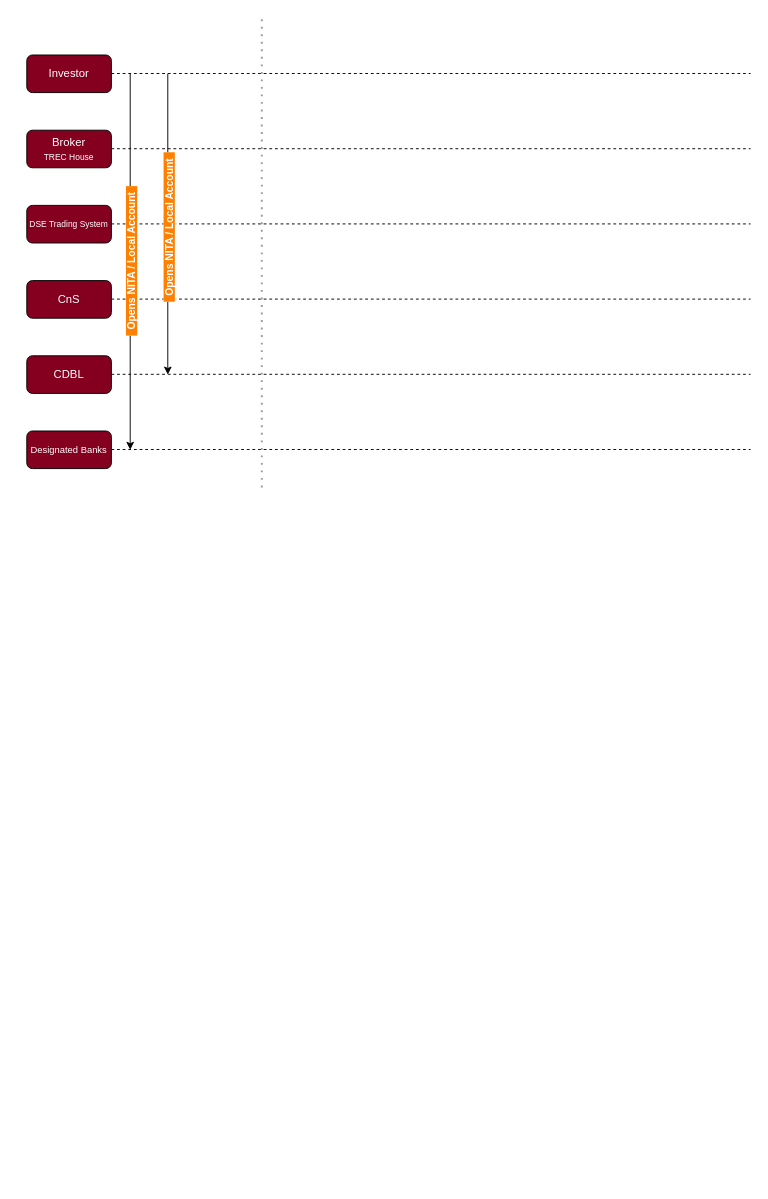
Above: Untitled Diagram.drawio in Skippersquareroot100/Audacity (draw.io), before the change. Source tidied: cells renumbered, new cells numbered last; positions are measured from the earlier drawing's top-left corner, leaving out a move shared by most shapes. Both pictures are drawn from the tidied source at 94%, with x=0, y=0 at pixel (26, 17).
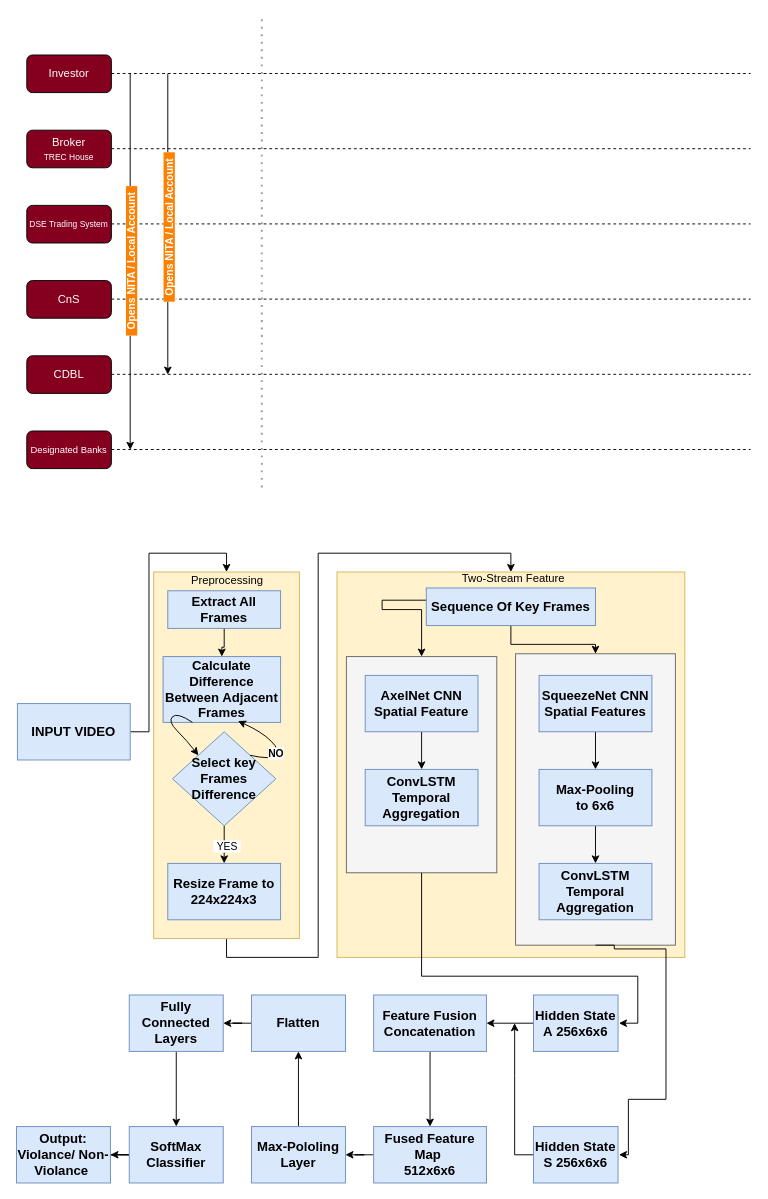
The same page after the edit.

The edit, as a diff of the source:
```diff
@@
+    <mxCell id="25" style="edgeStyle=orthogonalEdgeStyle;rounded=0;jettySize=auto;html=1;entryX=0.5;entryY=0;entryDx=0;entryDy=0;" parent="1" edge="1" source="26" target="28">
+      <mxGeometry relative="1" as="geometry" />
+    </mxCell>
+    <mxCell id="26" value="&lt;b&gt;&lt;font style=&quot;font-size: 14px;&quot;&gt;INPUT VIDEO&lt;/font&gt;&lt;/b&gt;" style="rounded=0;whiteSpace=wrap;html=1;fillColor=#dae8fc;strokeColor=#6c8ebf;" parent="1" vertex="1">
+      <mxGeometry x="-10" y="730" width="120" height="60" as="geometry" />
+    </mxCell>
+    <mxCell id="27" style="edgeStyle=orthogonalEdgeStyle;rounded=0;jettySize=auto;html=1;entryX=0.5;entryY=0;entryDx=0;entryDy=0;exitX=0.5;exitY=1;exitDx=0;exitDy=0;" parent="1" edge="1" source="28" target="39">
+      <mxGeometry relative="1" as="geometry" />
+    </mxCell>
+    <mxCell id="28" style="rounded=0;whiteSpace=wrap;html=1;fillColor=#fff2cc;strokeColor=#d6b656;" parent="1" vertex="1">
+      <mxGeometry x="135" y="590" width="155" height="390" as="geometry" />
+    </mxCell>
+    <mxCell id="29" style="edgeStyle=orthogonalEdgeStyle;rounded=0;jettySize=auto;html=1;entryX=0.5;entryY=0;entryDx=0;entryDy=0;" parent="1" edge="1" source="30" target="31">
+      <mxGeometry relative="1" as="geometry">
+        <Array as="points">
+          <mxPoint x="210" y="670" />
+          <mxPoint x="208" y="670" />
+        </Array>
+      </mxGeometry>
+    </mxCell>
+    <mxCell id="30" value="&lt;b&gt;&lt;font style=&quot;font-size: 14px;&quot;&gt;Extract All Frames&lt;/font&gt;&lt;/b&gt;" style="rounded=0;whiteSpace=wrap;html=1;fillColor=#dae8fc;strokeColor=#6c8ebf;" parent="1" vertex="1">
+      <mxGeometry x="150" y="610" width="120" height="40" as="geometry" />
+    </mxCell>
+    <mxCell id="31" value="&lt;b&gt;&lt;font style=&quot;font-size: 14px;&quot;&gt;Calculate Difference Between Adjacent Frames&lt;/font&gt;&lt;/b&gt;" style="rounded=0;whiteSpace=wrap;html=1;fillColor=#dae8fc;strokeColor=#6c8ebf;" parent="1" vertex="1">
+      <mxGeometry x="145" y="680" width="125" height="70" as="geometry" />
+    </mxCell>
+    <mxCell id="32" style="edgeStyle=orthogonalEdgeStyle;rounded=0;jettySize=auto;html=1;" parent="1" edge="1" source="34" target="35">
+      <mxGeometry relative="1" as="geometry" />
+    </mxCell>
+    <mxCell id="33" value="&amp;nbsp;YES&amp;nbsp;" style="edgeLabel;html=1;align=center;verticalAlign=middle;" parent="32" vertex="1">
+      <mxGeometry x="0.05" y="2" relative="1" as="geometry" />
+    </mxCell>
+    <mxCell id="34" value="&lt;font style=&quot;font-size: 14px;&quot;&gt;&lt;b&gt;Select key Frames Difference&lt;/b&gt;&lt;/font&gt;" style="rhombus;whiteSpace=wrap;html=1;fillColor=#dae8fc;strokeColor=#6c8ebf;" parent="1" vertex="1">
+      <mxGeometry x="155" y="760" width="110" height="100" as="geometry" />
+    </mxCell>
+    <mxCell id="35" value="&lt;font style=&quot;font-size: 14px;&quot;&gt;&lt;b&gt;Resize Frame to 224x224x3&lt;/b&gt;&lt;/font&gt;" style="rounded=0;whiteSpace=wrap;html=1;fillColor=#dae8fc;strokeColor=#6c8ebf;" parent="1" vertex="1">
+      <mxGeometry x="150" y="900" width="120" height="60" as="geometry" />
+    </mxCell>
+    <mxCell id="36" style="curved=1;endArrow=classic;html=1;rounded=0;entryX=0.638;entryY=0.98;entryDx=0;entryDy=0;entryPerimeter=0;exitX=1;exitY=0;exitDx=0;exitDy=0;" parent="1" edge="1" source="34" target="31">
+      <mxGeometry relative="1" as="geometry">
+        <Array as="points">
+          <mxPoint x="260" y="790" />
+          <mxPoint x="270" y="780" />
+          <mxPoint x="250" y="760" />
+        </Array>
+      </mxGeometry>
+    </mxCell>
+    <mxCell id="37" value="&lt;b&gt;NO&lt;/b&gt;" style="edgeLabel;html=1;align=center;verticalAlign=middle;" parent="36" vertex="1">
+      <mxGeometry x="-0.32" y="1" relative="1" as="geometry">
+        <mxPoint x="-1" as="offset" />
+      </mxGeometry>
+    </mxCell>
+    <mxCell id="38" style="curved=1;endArrow=classic;html=1;rounded=0;entryX=0;entryY=0;entryDx=0;entryDy=0;exitX=0.25;exitY=1;exitDx=0;exitDy=0;" parent="1" edge="1" source="31" target="34">
+      <mxGeometry relative="1" as="geometry">
+        <Array as="points">
+          <mxPoint x="160" y="739" />
+          <mxPoint x="150" y="749" />
+          <mxPoint x="170" y="769" />
+        </Array>
+      </mxGeometry>
+    </mxCell>
+    <mxCell id="39" style="rounded=0;whiteSpace=wrap;html=1;fillColor=#fff2cc;strokeColor=#d6b656;" parent="1" vertex="1">
+      <mxGeometry x="330" y="590" width="370" height="410" as="geometry" />
+    </mxCell>
+    <mxCell id="40" style="edgeStyle=orthogonalEdgeStyle;rounded=0;jettySize=auto;html=1;entryX=0.5;entryY=0;entryDx=0;entryDy=0;" parent="1" edge="1" source="42" target="43">
+      <mxGeometry relative="1" as="geometry">
+        <Array as="points">
+          <mxPoint x="378" y="620" />
+          <mxPoint x="378" y="630" />
+          <mxPoint x="420" y="630" />
+        </Array>
+      </mxGeometry>
+    </mxCell>
+    <mxCell id="41" style="edgeStyle=orthogonalEdgeStyle;rounded=0;jettySize=auto;html=1;entryX=0.5;entryY=0;entryDx=0;entryDy=0;" parent="1" edge="1" source="42" target="44">
+      <mxGeometry relative="1" as="geometry" />
+    </mxCell>
+    <mxCell id="42" value="&lt;font style=&quot;font-size: 14px;&quot;&gt;&lt;b&gt;Sequence Of Key Frames&lt;/b&gt;&lt;/font&gt;" style="rounded=0;whiteSpace=wrap;html=1;fillColor=#dae8fc;strokeColor=#6c8ebf;" parent="1" vertex="1">
+      <mxGeometry x="425" y="607" width="180" height="40" as="geometry" />
+    </mxCell>
+    <mxCell id="43" style="rounded=0;whiteSpace=wrap;html=1;fillColor=#f5f5f5;strokeColor=#666666;fontColor=#333333;" parent="1" vertex="1">
+      <mxGeometry x="340" y="680" width="160" height="230" as="geometry" />
+    </mxCell>
+    <mxCell id="44" style="rounded=0;whiteSpace=wrap;html=1;fillColor=#f5f5f5;strokeColor=#666666;fontColor=#333333;" parent="1" vertex="1">
+      <mxGeometry x="520" y="677" width="170" height="310" as="geometry" />
+    </mxCell>
+    <mxCell id="45" style="edgeStyle=orthogonalEdgeStyle;rounded=0;jettySize=auto;html=1;entryX=0.5;entryY=0;entryDx=0;entryDy=0;" parent="1" edge="1" source="46" target="47">
+      <mxGeometry relative="1" as="geometry" />
+    </mxCell>
+    <mxCell id="46" value="&lt;b&gt;&lt;font style=&quot;font-size: 14px;&quot;&gt;AxelNet CNN&lt;/font&gt;&lt;/b&gt;&lt;div&gt;&lt;b&gt;&lt;font style=&quot;font-size: 14px;&quot;&gt;Spatial Feature&lt;/font&gt;&lt;/b&gt;&lt;/div&gt;" style="rounded=0;whiteSpace=wrap;html=1;fillColor=#dae8fc;strokeColor=#6c8ebf;" parent="1" vertex="1">
+      <mxGeometry x="360" y="700" width="120" height="60" as="geometry" />
+    </mxCell>
+    <mxCell id="47" value="&lt;font style=&quot;font-size: 14px;&quot;&gt;&lt;b&gt;ConvLSTM&lt;/b&gt;&lt;/font&gt;&lt;div&gt;&lt;font style=&quot;font-size: 14px;&quot;&gt;&lt;b&gt;Temporal Aggregation&lt;/b&gt;&lt;/font&gt;&lt;/div&gt;" style="rounded=0;whiteSpace=wrap;html=1;fillColor=#dae8fc;strokeColor=#6c8ebf;" parent="1" vertex="1">
+      <mxGeometry x="360" y="800" width="120" height="60" as="geometry" />
+    </mxCell>
+    <mxCell id="48" style="edgeStyle=orthogonalEdgeStyle;rounded=0;jettySize=auto;html=1;exitX=0.5;exitY=1;exitDx=0;exitDy=0;entryX=0.5;entryY=0;entryDx=0;entryDy=0;" parent="1" edge="1" source="49" target="51">
+      <mxGeometry relative="1" as="geometry" />
+    </mxCell>
+    <mxCell id="49" value="&lt;b&gt;&lt;font style=&quot;font-size: 14px;&quot;&gt;SqueezeNet CNN&lt;/font&gt;&lt;/b&gt;&lt;div&gt;&lt;b&gt;&lt;font style=&quot;font-size: 14px;&quot;&gt;Spatial Features&lt;/font&gt;&lt;/b&gt;&lt;/div&gt;" style="rounded=0;whiteSpace=wrap;html=1;fillColor=#dae8fc;strokeColor=#6c8ebf;" parent="1" vertex="1">
+      <mxGeometry x="545" y="700" width="120" height="60" as="geometry" />
+    </mxCell>
+    <mxCell id="50" style="edgeStyle=orthogonalEdgeStyle;rounded=0;jettySize=auto;html=1;entryX=0.5;entryY=0;entryDx=0;entryDy=0;" parent="1" edge="1" source="51" target="52">
+      <mxGeometry relative="1" as="geometry" />
+    </mxCell>
+    <mxCell id="51" value="&lt;font style=&quot;font-size: 14px;&quot;&gt;&lt;b&gt;Max-Pooling&lt;/b&gt;&lt;/font&gt;&lt;div&gt;&lt;font style=&quot;font-size: 14px;&quot;&gt;&lt;b&gt;to 6x6&lt;/b&gt;&lt;/font&gt;&lt;/div&gt;" style="rounded=0;whiteSpace=wrap;html=1;fillColor=#dae8fc;strokeColor=#6c8ebf;" parent="1" vertex="1">
+      <mxGeometry x="545" y="800" width="120" height="60" as="geometry" />
+    </mxCell>
+    <mxCell id="52" value="&lt;font style=&quot;font-size: 14px;&quot;&gt;&lt;b&gt;ConvLSTM&lt;/b&gt;&lt;/font&gt;&lt;div&gt;&lt;font style=&quot;font-size: 14px;&quot;&gt;&lt;b&gt;Temporal Aggregation&lt;/b&gt;&lt;/font&gt;&lt;/div&gt;" style="rounded=0;whiteSpace=wrap;html=1;fillColor=#dae8fc;strokeColor=#6c8ebf;" parent="1" vertex="1">
+      <mxGeometry x="545" y="900" width="120" height="60" as="geometry" />
+    </mxCell>
+    <mxCell id="53" style="edgeStyle=orthogonalEdgeStyle;rounded=0;jettySize=auto;html=1;exitX=0.5;exitY=1;exitDx=0;exitDy=0;" parent="1" edge="1" source="43">
+      <mxGeometry relative="1" as="geometry">
+        <mxPoint x="630" y="1070" as="targetPoint" />
+        <Array as="points">
+          <mxPoint x="420" y="1020" />
+          <mxPoint x="650" y="1020" />
+          <mxPoint x="650" y="1070" />
+        </Array>
+      </mxGeometry>
+    </mxCell>
+    <mxCell id="54" style="edgeStyle=orthogonalEdgeStyle;rounded=0;jettySize=auto;html=1;exitX=0.5;exitY=1;exitDx=0;exitDy=0;" parent="1" edge="1" source="44">
+      <mxGeometry relative="1" as="geometry">
+        <mxPoint x="630" y="1210" as="targetPoint" />
+        <Array as="points">
+          <mxPoint x="625" y="987" />
+          <mxPoint x="625" y="991" />
+          <mxPoint x="680" y="991" />
+          <mxPoint x="680" y="1151" />
+          <mxPoint x="640" y="1151" />
+          <mxPoint x="640" y="1210" />
+        </Array>
+      </mxGeometry>
+    </mxCell>
+    <mxCell id="55" style="edgeStyle=orthogonalEdgeStyle;rounded=0;jettySize=auto;html=1;entryX=1;entryY=0.5;entryDx=0;entryDy=0;" parent="1" edge="1" source="56" target="60">
+      <mxGeometry relative="1" as="geometry" />
+    </mxCell>
+    <mxCell id="56" value="&lt;b&gt;&lt;font style=&quot;font-size: 14px;&quot;&gt;Hidden State A&amp;nbsp;&lt;/font&gt;&lt;/b&gt;&lt;b&gt;&lt;font style=&quot;font-size: 14px;&quot;&gt;256x6x6&lt;/font&gt;&lt;/b&gt;" style="rounded=0;whiteSpace=wrap;html=1;fillColor=#dae8fc;strokeColor=#6c8ebf;" parent="1" vertex="1">
+      <mxGeometry x="539" y="1040" width="90" height="60" as="geometry" />
+    </mxCell>
+    <mxCell id="57" style="edgeStyle=orthogonalEdgeStyle;rounded=0;jettySize=auto;html=1;" parent="1" edge="1" source="58">
+      <mxGeometry relative="1" as="geometry">
+        <mxPoint x="519" y="1070" as="targetPoint" />
+      </mxGeometry>
+    </mxCell>
+    <mxCell id="58" value="&lt;b&gt;&lt;font style=&quot;font-size: 14px;&quot;&gt;Hidden State S&amp;nbsp;&lt;/font&gt;&lt;/b&gt;&lt;b&gt;&lt;font style=&quot;font-size: 14px;&quot;&gt;256x6x6&lt;/font&gt;&lt;/b&gt;" style="rounded=0;whiteSpace=wrap;html=1;fillColor=#dae8fc;strokeColor=#6c8ebf;" parent="1" vertex="1">
+      <mxGeometry x="539" y="1180" width="90" height="60" as="geometry" />
+    </mxCell>
+    <mxCell id="59" style="edgeStyle=orthogonalEdgeStyle;rounded=0;jettySize=auto;html=1;" parent="1" edge="1" source="60" target="62">
+      <mxGeometry relative="1" as="geometry" />
+    </mxCell>
+    <mxCell id="60" value="&lt;b&gt;&lt;font style=&quot;font-size: 14px;&quot;&gt;Feature Fusion&lt;/font&gt;&lt;/b&gt;&lt;div&gt;&lt;b&gt;&lt;font style=&quot;font-size: 14px;&quot;&gt;Concatenation&lt;/font&gt;&lt;/b&gt;&lt;/div&gt;" style="rounded=0;whiteSpace=wrap;html=1;fillColor=#dae8fc;strokeColor=#6c8ebf;" parent="1" vertex="1">
+      <mxGeometry x="369" y="1040" width="120" height="60" as="geometry" />
+    </mxCell>
+    <mxCell id="61" style="edgeStyle=orthogonalEdgeStyle;rounded=0;jettySize=auto;html=1;" parent="1" edge="1" source="62" target="66">
+      <mxGeometry relative="1" as="geometry" />
+    </mxCell>
+    <mxCell id="62" value="&lt;font style=&quot;font-size: 14px;&quot;&gt;&lt;b&gt;Fused Feature Map&amp;nbsp;&lt;/b&gt;&lt;/font&gt;&lt;div&gt;&lt;font style=&quot;font-size: 14px;&quot;&gt;&lt;b&gt;512x6x6&lt;/b&gt;&lt;/font&gt;&lt;/div&gt;" style="rounded=0;whiteSpace=wrap;html=1;fillColor=#dae8fc;strokeColor=#6c8ebf;" parent="1" vertex="1">
+      <mxGeometry x="369" y="1180" width="120" height="60" as="geometry" />
+    </mxCell>
+    <mxCell id="63" style="edgeStyle=orthogonalEdgeStyle;rounded=0;jettySize=auto;html=1;entryX=1;entryY=0.5;entryDx=0;entryDy=0;" parent="1" edge="1" source="64" target="68">
+      <mxGeometry relative="1" as="geometry" />
+    </mxCell>
+    <mxCell id="64" value="&lt;b&gt;&lt;font style=&quot;font-size: 14px;&quot;&gt;Flatten&lt;/font&gt;&lt;/b&gt;" style="rounded=0;whiteSpace=wrap;html=1;fillColor=#dae8fc;strokeColor=#6c8ebf;" parent="1" vertex="1">
+      <mxGeometry x="239" y="1040" width="100" height="60" as="geometry" />
+    </mxCell>
+    <mxCell id="65" style="edgeStyle=orthogonalEdgeStyle;rounded=0;jettySize=auto;html=1;entryX=0.5;entryY=1;entryDx=0;entryDy=0;" parent="1" edge="1" source="66" target="64">
+      <mxGeometry relative="1" as="geometry" />
+    </mxCell>
+    <mxCell id="66" value="&lt;b&gt;&lt;font style=&quot;font-size: 14px;&quot;&gt;Max-Pololing Layer&lt;/font&gt;&lt;/b&gt;" style="rounded=0;whiteSpace=wrap;html=1;fillColor=#dae8fc;strokeColor=#6c8ebf;" parent="1" vertex="1">
+      <mxGeometry x="239" y="1180" width="100" height="60" as="geometry" />
+    </mxCell>
+    <mxCell id="67" style="edgeStyle=orthogonalEdgeStyle;rounded=0;jettySize=auto;html=1;exitX=0.5;exitY=1;exitDx=0;exitDy=0;entryX=0.5;entryY=0;entryDx=0;entryDy=0;" parent="1" edge="1" source="68" target="70">
+      <mxGeometry relative="1" as="geometry" />
+    </mxCell>
+    <mxCell id="68" value="&lt;font style=&quot;font-size: 14px;&quot;&gt;&lt;b&gt;Fully Connected Layers&lt;/b&gt;&lt;/font&gt;" style="rounded=0;whiteSpace=wrap;html=1;fillColor=#dae8fc;strokeColor=#6c8ebf;" parent="1" vertex="1">
+      <mxGeometry x="109" y="1040" width="100" height="60" as="geometry" />
+    </mxCell>
+    <mxCell id="69" style="edgeStyle=orthogonalEdgeStyle;rounded=0;jettySize=auto;html=1;entryX=1;entryY=0.5;entryDx=0;entryDy=0;" parent="1" edge="1" source="70" target="71">
+      <mxGeometry relative="1" as="geometry" />
+    </mxCell>
+    <mxCell id="70" value="&lt;b&gt;&lt;font style=&quot;font-size: 14px;&quot;&gt;SoftMax Classifier&lt;/font&gt;&lt;/b&gt;" style="rounded=0;whiteSpace=wrap;html=1;fillColor=#dae8fc;strokeColor=#6c8ebf;" parent="1" vertex="1">
+      <mxGeometry x="109" y="1180" width="100" height="60" as="geometry" />
+    </mxCell>
+    <mxCell id="71" value="&lt;b&gt;&lt;font style=&quot;font-size: 14px;&quot;&gt;Output: Violance/ Non-Violance&amp;nbsp;&lt;/font&gt;&lt;/b&gt;" style="rounded=0;whiteSpace=wrap;html=1;fillColor=#dae8fc;strokeColor=#6c8ebf;" parent="1" vertex="1">
+      <mxGeometry x="-11" y="1180" width="100" height="60" as="geometry" />
+    </mxCell>
+    <mxCell id="72" value="Preprocessing" style="text;html=1;whiteSpace=wrap;strokeColor=none;fillColor=none;align=center;verticalAlign=middle;rounded=0;" parent="1" vertex="1">
+      <mxGeometry x="183" y="584" width="61" height="30" as="geometry" />
+    </mxCell>
+    <mxCell id="73" value="Two-Stream Feature" style="text;html=1;whiteSpace=wrap;strokeColor=none;fillColor=none;align=center;verticalAlign=middle;rounded=0;" parent="1" vertex="1">
+      <mxGeometry x="418" y="582" width="200" height="30" as="geometry" />
+    </mxCell>
```
